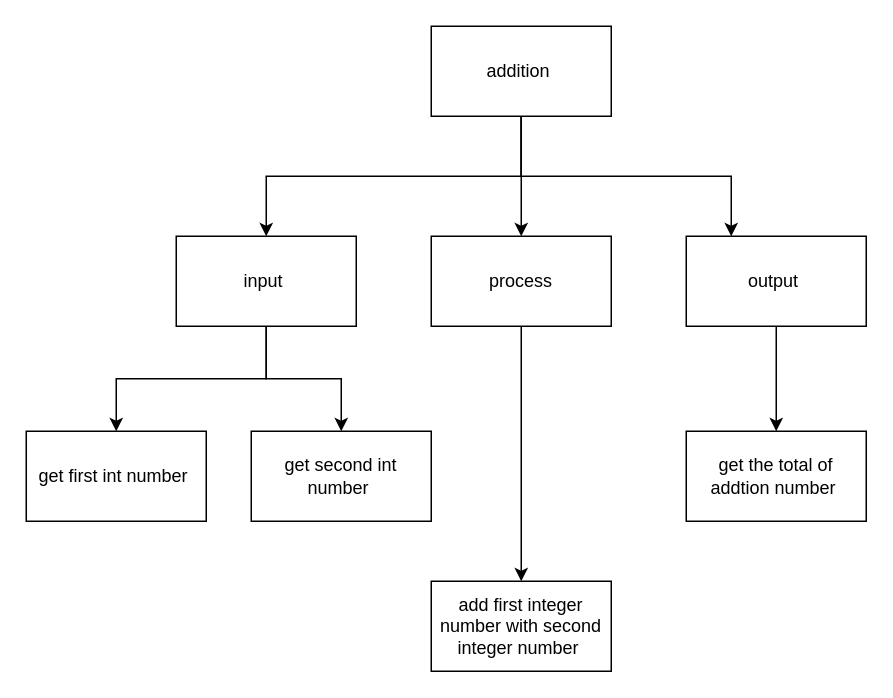
The draw.io diagram topdown.drawio in mohammedal-ess/ICS3U-Unit3-01-Python, before the edit. Source tidied: cells renumbered, new cells numbered last; positions are measured from the earlier drawing's top-left corner, leaving out a move shared by most shapes. Both pictures are drawn from the tidied source at 150%, with x=0, y=0 at pixel (26, 26).
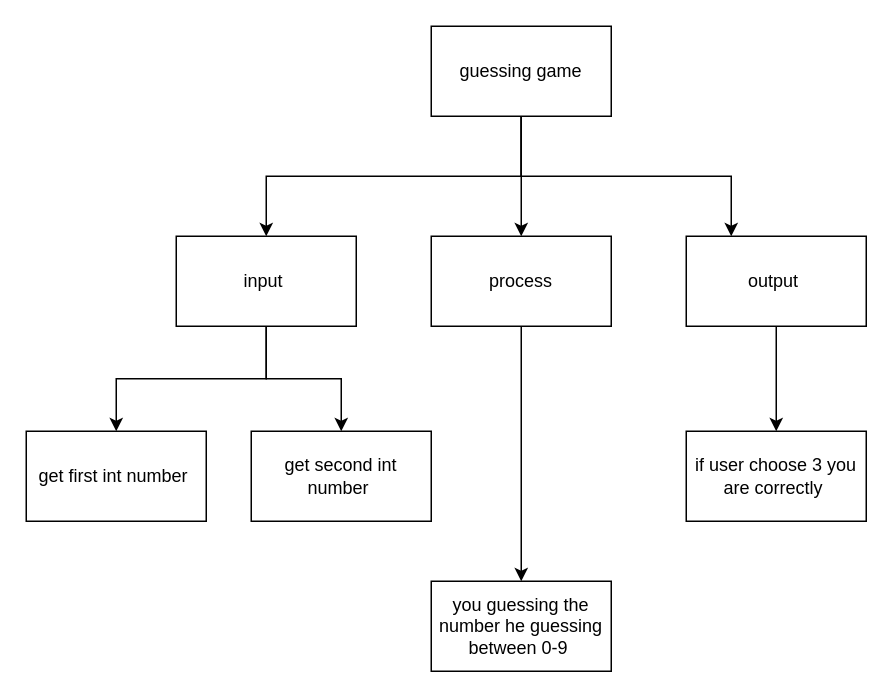
The same diagram, later.

Change to the diagram source:
```diff
@@
-    <mxCell id="8" value="addition&amp;nbsp;" style="rounded=0;whiteSpace=wrap;html=1;" parent="1" vertex="1">
+    <mxCell id="8" value="guessing game" style="rounded=0;whiteSpace=wrap;html=1;" parent="1" vertex="1">
       <mxGeometry x="270" width="120" height="60" as="geometry" />
     </mxCell>
@@
-    <mxCell id="15" value="add first integer number with second integer number&amp;nbsp;" style="rounded=0;whiteSpace=wrap;html=1;" parent="1" vertex="1">
+    <mxCell id="15" value="you guessing the number he guessing between 0-9&amp;nbsp;" style="rounded=0;whiteSpace=wrap;html=1;" parent="1" vertex="1">
       <mxGeometry x="270" y="370" width="120" height="60" as="geometry" />
     </mxCell>
-    <mxCell id="16" value="get the total of addtion number&amp;nbsp;" style="rounded=0;whiteSpace=wrap;html=1;" parent="1" vertex="1">
+    <mxCell id="16" value="if user choose 3 you are correctly&amp;nbsp;" style="rounded=0;whiteSpace=wrap;html=1;" parent="1" vertex="1">
       <mxGeometry x="440" y="270" width="120" height="60" as="geometry" />
     </mxCell>
```
